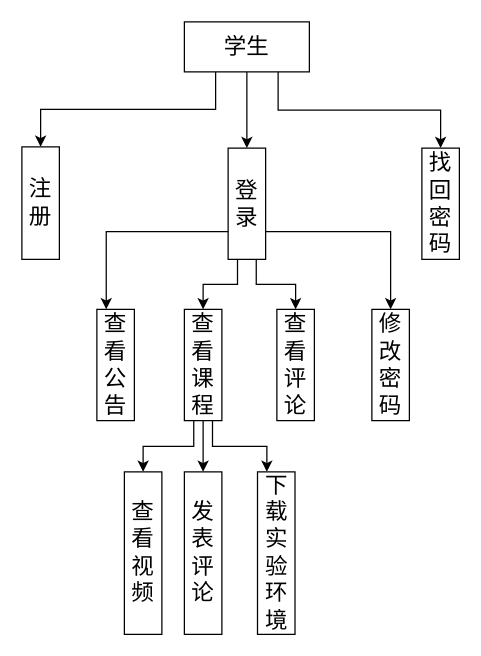
The draw.io diagram Untitled Diagram.drawio in aoyama7/flask_BBS, before the edit. Source tidied: cells renumbered, new cells numbered last; positions are measured from the earlier drawing's top-left corner, leaving out a move shared by most shapes. Both pictures are drawn from the tidied source at 125%, with x=0, y=0 at pixel (21, 21).
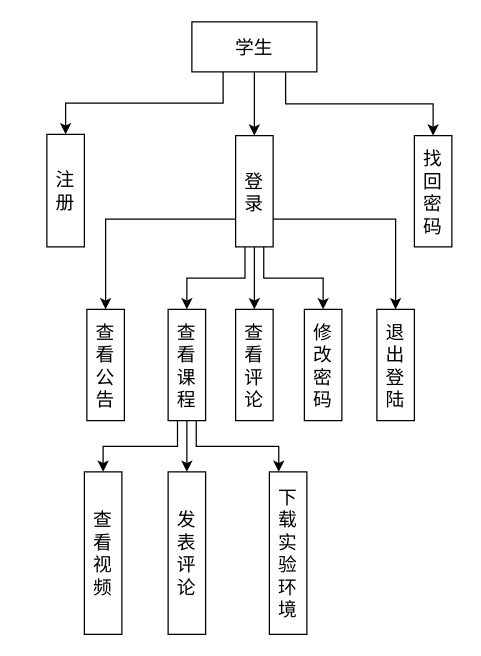
The same page after the edit.

What changed in the source:
```diff
@@
-    <mxCell id="2" style="edgeStyle=orthogonalEdgeStyle;rounded=0;jettySize=auto;html=1;exitX=0.25;exitY=1;exitDx=0;exitDy=0;entryX=0.5;entryY=0;entryDx=0;entryDy=0;fontSize=18;" parent="1" edge="1" source="5" target="6">
+    <mxCell id="2" style="edgeStyle=orthogonalEdgeStyle;rounded=0;jettySize=auto;html=1;exitX=0.25;exitY=1;exitDx=0;exitDy=0;entryX=0.5;entryY=0;entryDx=0;entryDy=0;fontSize=15;" parent="1" edge="1" source="5" target="6">
       <mxGeometry relative="1" as="geometry" />
     </mxCell>
-    <mxCell id="3" style="edgeStyle=orthogonalEdgeStyle;rounded=0;jettySize=auto;html=1;exitX=0.5;exitY=1;exitDx=0;exitDy=0;entryX=0.5;entryY=0;entryDx=0;entryDy=0;fontSize=18;" parent="1" edge="1" source="5" target="11">
+    <mxCell id="3" style="edgeStyle=orthogonalEdgeStyle;rounded=0;jettySize=auto;html=1;exitX=0.5;exitY=1;exitDx=0;exitDy=0;entryX=0.5;entryY=0;entryDx=0;entryDy=0;fontSize=15;" parent="1" edge="1" source="5" target="11">
       <mxGeometry relative="1" as="geometry" />
     </mxCell>
-    <mxCell id="4" style="edgeStyle=orthogonalEdgeStyle;rounded=0;jettySize=auto;html=1;exitX=0.75;exitY=1;exitDx=0;exitDy=0;entryX=0.5;entryY=0;entryDx=0;entryDy=0;fontSize=18;" parent="1" edge="1" source="5" target="12">
+    <mxCell id="4" style="edgeStyle=orthogonalEdgeStyle;rounded=0;jettySize=auto;html=1;exitX=0.75;exitY=1;exitDx=0;exitDy=0;entryX=0.5;entryY=0;entryDx=0;entryDy=0;fontSize=15;" parent="1" edge="1" source="5" target="12">
       <mxGeometry relative="1" as="geometry" />
     </mxCell>
-    <mxCell id="5" value="学生" style="rounded=0;whiteSpace=wrap;html=1;fontSize=18;" parent="1" vertex="1">
-      <mxGeometry x="130" width="100" height="40" as="geometry" />
+    <mxCell id="5" value="学生" style="rounded=0;whiteSpace=wrap;html=1;fontSize=15;" parent="1" vertex="1">
+      <mxGeometry x="136" width="100" height="40" as="geometry" />
     </mxCell>
-    <mxCell id="6" value="注册" style="rounded=0;whiteSpace=wrap;html=1;fontSize=18;" parent="1" vertex="1">
-      <mxGeometry y="100" width="30" height="90" as="geometry" />
+    <mxCell id="6" value="注册" style="rounded=0;whiteSpace=wrap;html=1;fontSize=15;" parent="1" vertex="1">
+      <mxGeometry x="20" y="90" width="30" height="90" as="geometry" />
     </mxCell>
-    <mxCell id="7" style="edgeStyle=orthogonalEdgeStyle;rounded=0;jettySize=auto;html=1;exitX=0;exitY=0.75;exitDx=0;exitDy=0;entryX=0.25;entryY=0;entryDx=0;entryDy=0;fontSize=18;" parent="1" edge="1" source="11" target="13">
+    <mxCell id="7" style="edgeStyle=orthogonalEdgeStyle;rounded=0;jettySize=auto;html=1;exitX=0;exitY=0.75;exitDx=0;exitDy=0;entryX=0.5;entryY=0;entryDx=0;entryDy=0;fontSize=15;" parent="1" edge="1" source="11" target="13">
       <mxGeometry relative="1" as="geometry" />
     </mxCell>
-    <mxCell id="8" style="edgeStyle=orthogonalEdgeStyle;rounded=0;jettySize=auto;html=1;exitX=0.25;exitY=1;exitDx=0;exitDy=0;entryX=0.5;entryY=0;entryDx=0;entryDy=0;fontSize=18;" parent="1" edge="1" source="11" target="17">
+    <mxCell id="8" style="edgeStyle=orthogonalEdgeStyle;rounded=0;jettySize=auto;html=1;exitX=0.25;exitY=1;exitDx=0;exitDy=0;entryX=0.5;entryY=0;entryDx=0;entryDy=0;fontSize=15;" parent="1" edge="1" source="11" target="17">
       <mxGeometry relative="1" as="geometry" />
     </mxCell>
-    <mxCell id="9" style="edgeStyle=orthogonalEdgeStyle;rounded=0;jettySize=auto;html=1;exitX=0.75;exitY=1;exitDx=0;exitDy=0;entryX=0.5;entryY=0;entryDx=0;entryDy=0;fontSize=18;" parent="1" edge="1" source="11" target="18">
+    <mxCell id="9" style="edgeStyle=orthogonalEdgeStyle;rounded=0;jettySize=auto;html=1;exitX=0.5;exitY=1;exitDx=0;exitDy=0;entryX=0.5;entryY=0;entryDx=0;entryDy=0;fontSize=15;" parent="1" edge="1" source="11" target="18">
       <mxGeometry relative="1" as="geometry" />
     </mxCell>
-    <mxCell id="10" style="edgeStyle=orthogonalEdgeStyle;rounded=0;jettySize=auto;html=1;exitX=1;exitY=0.75;exitDx=0;exitDy=0;entryX=0.5;entryY=0;entryDx=0;entryDy=0;fontSize=18;" parent="1" edge="1" source="11" target="19">
+    <mxCell id="10" style="edgeStyle=orthogonalEdgeStyle;rounded=0;jettySize=auto;html=1;exitX=0.75;exitY=1;exitDx=0;exitDy=0;entryX=0.5;entryY=0;entryDx=0;entryDy=0;fontSize=15;" parent="1" edge="1" source="11" target="19">
       <mxGeometry relative="1" as="geometry" />
     </mxCell>
+    <mxCell id="23" style="edgeStyle=orthogonalEdgeStyle;rounded=0;jettySize=auto;html=1;exitX=1;exitY=0.75;exitDx=0;exitDy=0;entryX=0.5;entryY=0;entryDx=0;entryDy=0;fontSize=15;" parent="1" edge="1" source="11" target="24">
+      <mxGeometry relative="1" as="geometry" />
+    </mxCell>
-    <mxCell id="11" value="登录" style="rounded=0;whiteSpace=wrap;html=1;fontSize=18;" parent="1" vertex="1">
-      <mxGeometry x="165" y="101" width="30" height="89" as="geometry" />
+    <mxCell id="11" value="登录" style="rounded=0;whiteSpace=wrap;html=1;fontSize=15;" parent="1" vertex="1">
+      <mxGeometry x="171" y="91" width="30" height="89" as="geometry" />
     </mxCell>
-    <mxCell id="12" value="找回密码" style="rounded=0;whiteSpace=wrap;html=1;fontSize=18;" parent="1" vertex="1">
-      <mxGeometry x="320" y="101" width="30" height="89" as="geometry" />
+    <mxCell id="12" value="找回密码" style="rounded=0;whiteSpace=wrap;html=1;fontSize=15;" parent="1" vertex="1">
+      <mxGeometry x="314" y="91" width="30" height="89" as="geometry" />
     </mxCell>
-    <mxCell id="13" value="查看公告" style="rounded=0;whiteSpace=wrap;html=1;fontSize=18;" parent="1" vertex="1">
-      <mxGeometry x="60" y="230" width="30" height="89" as="geometry" />
+    <mxCell id="13" value="查看公告" style="rounded=0;whiteSpace=wrap;html=1;fontSize=15;" parent="1" vertex="1">
+      <mxGeometry x="52" y="230" width="30" height="89" as="geometry" />
     </mxCell>
-    <mxCell id="14" style="edgeStyle=orthogonalEdgeStyle;rounded=0;jettySize=auto;html=1;exitX=0.5;exitY=1;exitDx=0;exitDy=0;entryX=0.5;entryY=0;entryDx=0;entryDy=0;fontSize=18;" parent="1" edge="1" source="17" target="21">
+    <mxCell id="14" style="edgeStyle=orthogonalEdgeStyle;rounded=0;jettySize=auto;html=1;exitX=0.5;exitY=1;exitDx=0;exitDy=0;entryX=0.5;entryY=0;entryDx=0;entryDy=0;fontSize=15;" parent="1" edge="1" source="17" target="21">
       <mxGeometry relative="1" as="geometry" />
     </mxCell>
-    <mxCell id="15" style="edgeStyle=orthogonalEdgeStyle;rounded=0;jettySize=auto;html=1;exitX=0.75;exitY=1;exitDx=0;exitDy=0;entryX=0.25;entryY=0;entryDx=0;entryDy=0;fontSize=18;" parent="1" edge="1" source="17" target="22">
+    <mxCell id="15" style="edgeStyle=orthogonalEdgeStyle;rounded=0;jettySize=auto;html=1;exitX=0.75;exitY=1;exitDx=0;exitDy=0;entryX=0.25;entryY=0;entryDx=0;entryDy=0;fontSize=15;" parent="1" edge="1" source="17" target="22">
       <mxGeometry relative="1" as="geometry" />
     </mxCell>
-    <mxCell id="16" style="edgeStyle=orthogonalEdgeStyle;rounded=0;jettySize=auto;html=1;exitX=0.25;exitY=1;exitDx=0;exitDy=0;entryX=0.5;entryY=0;entryDx=0;entryDy=0;fontSize=18;" parent="1" edge="1" source="17" target="20">
+    <mxCell id="16" style="edgeStyle=orthogonalEdgeStyle;rounded=0;jettySize=auto;html=1;exitX=0.25;exitY=1;exitDx=0;exitDy=0;entryX=0.5;entryY=0;entryDx=0;entryDy=0;fontSize=15;" parent="1" edge="1" source="17" target="20">
       <mxGeometry relative="1" as="geometry" />
     </mxCell>
-    <mxCell id="17" value="查看课程" style="rounded=0;whiteSpace=wrap;html=1;fontSize=18;" parent="1" vertex="1">
-      <mxGeometry x="130" y="230" width="30" height="89" as="geometry" />
+    <mxCell id="17" value="查看课程" style="rounded=0;whiteSpace=wrap;html=1;fontSize=15;" parent="1" vertex="1">
+      <mxGeometry x="117" y="230" width="30" height="89" as="geometry" />
     </mxCell>
-    <mxCell id="18" value="查看评论" style="rounded=0;whiteSpace=wrap;html=1;fontSize=18;" parent="1" vertex="1">
-      <mxGeometry x="204" y="230" width="30" height="89" as="geometry" />
+    <mxCell id="18" value="查看评论" style="rounded=0;whiteSpace=wrap;html=1;fontSize=15;" parent="1" vertex="1">
+      <mxGeometry x="171" y="230" width="30" height="89" as="geometry" />
     </mxCell>
-    <mxCell id="19" value="修改密码" style="rounded=0;whiteSpace=wrap;html=1;fontSize=18;" parent="1" vertex="1">
-      <mxGeometry x="280" y="230" width="30" height="89" as="geometry" />
+    <mxCell id="19" value="修改密码" style="rounded=0;whiteSpace=wrap;html=1;fontSize=15;" parent="1" vertex="1">
+      <mxGeometry x="226" y="230" width="30" height="89" as="geometry" />
     </mxCell>
-    <mxCell id="20" value="查看视频" style="rounded=0;whiteSpace=wrap;html=1;fontSize=18;" parent="1" vertex="1">
-      <mxGeometry x="82" y="360" width="30" height="130" as="geometry" />
+    <mxCell id="20" value="查看视频" style="rounded=0;whiteSpace=wrap;html=1;fontSize=15;" parent="1" vertex="1">
+      <mxGeometry x="50" y="360" width="30" height="130" as="geometry" />
     </mxCell>
-    <mxCell id="21" value="发表评论" style="rounded=0;whiteSpace=wrap;html=1;fontSize=18;" parent="1" vertex="1">
-      <mxGeometry x="130" y="360" width="30" height="130" as="geometry" />
+    <mxCell id="21" value="发表评论" style="rounded=0;whiteSpace=wrap;html=1;fontSize=15;" parent="1" vertex="1">
+      <mxGeometry x="117" y="360" width="30" height="130" as="geometry" />
     </mxCell>
-    <mxCell id="22" value="下载实验环境" style="rounded=0;whiteSpace=wrap;html=1;fontSize=18;" parent="1" vertex="1">
-      <mxGeometry x="188.5" y="360" width="30" height="130" as="geometry" />
+    <mxCell id="22" value="下载实验环境" style="rounded=0;whiteSpace=wrap;html=1;fontSize=15;" parent="1" vertex="1">
+      <mxGeometry x="198" y="360" width="30" height="130" as="geometry" />
     </mxCell>
+    <mxCell id="24" value="退出登陆" style="rounded=0;whiteSpace=wrap;html=1;fontSize=15;" parent="1" vertex="1">
+      <mxGeometry x="284" y="230" width="30" height="89" as="geometry" />
+    </mxCell>
```
